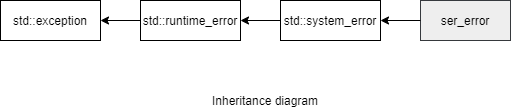
Earlier version of the draw.io export doc/ref/diagrams/ser_error.png (danielaparker/jsoncons). Source tidied: cells renumbered, new cells last; positions are measured from the earlier drawing's top-left corner, leaving out a move shared by most shapes.
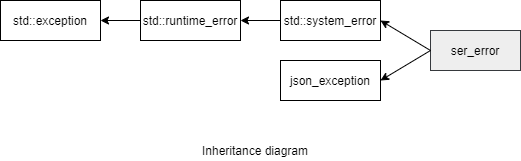
After the commit.

Commit message:
Restored json_exception interface

Diff of the diagram source:
```diff
@@ -18,13 +18,19 @@
       <mxGeometry relative="1" as="geometry" />
     </mxCell>
     <mxCell id="7" value="ser_error" style="rounded=0;whiteSpace=wrap;html=1;fillColor=#eeeeee;strokeColor=#36393d;" parent="1" vertex="1">
-      <mxGeometry x="420" width="90" height="40" as="geometry" />
+      <mxGeometry x="430" y="30" width="90" height="40" as="geometry" />
     </mxCell>
     <mxCell id="8" style="endArrow=classic;html=1;exitX=0;exitY=0.5;exitDx=0;exitDy=0;entryX=1;entryY=0.5;entryDx=0;entryDy=0;" parent="1" edge="1" source="7" target="5">
       <mxGeometry relative="1" as="geometry" />
     </mxCell>
     <mxCell id="9" value="Inheritance diagram" style="text;html=1;strokeColor=none;fillColor=none;align=center;verticalAlign=middle;whiteSpace=wrap;rounded=0;" parent="1" vertex="1">
-      <mxGeometry x="200" y="90" width="130" height="20" as="geometry" />
+      <mxGeometry x="190" y="140" width="130" height="20" as="geometry" />
     </mxCell>
+    <mxCell id="10" value="json_exception" style="rounded=0;whiteSpace=wrap;html=1;" parent="1" vertex="1">
+      <mxGeometry x="280" y="60" width="100" height="40" as="geometry" />
+    </mxCell>
+    <mxCell id="11" style="endArrow=classic;html=1;exitX=0;exitY=0.5;exitDx=0;exitDy=0;entryX=1;entryY=0.5;entryDx=0;entryDy=0;" parent="1" edge="1" source="7" target="10">
+      <mxGeometry relative="1" as="geometry" />
+    </mxCell>
   </root>
 </mxGraphModel>
```
